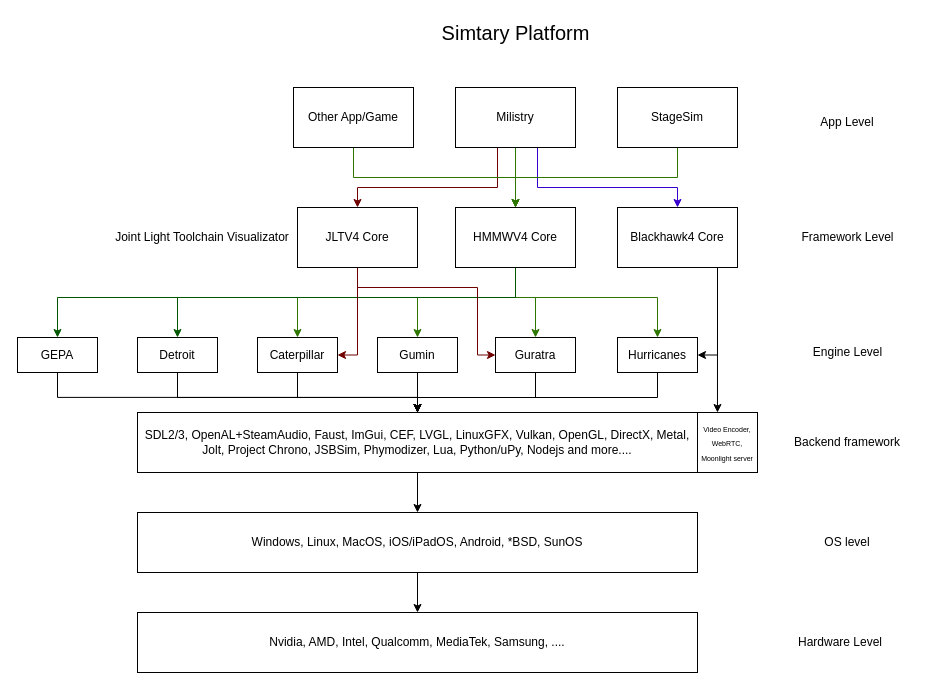
The draw.io diagram platforminfo.drawio in DPSoftware-Technologies/Simtary, before the edit. Source tidied: cells renumbered, new cells numbered last; positions are measured from the earlier drawing's top-left corner, leaving out a move shared by most shapes. Both pictures are drawn from the tidied source at 100%, with x=0, y=0 at pixel (17, 17).
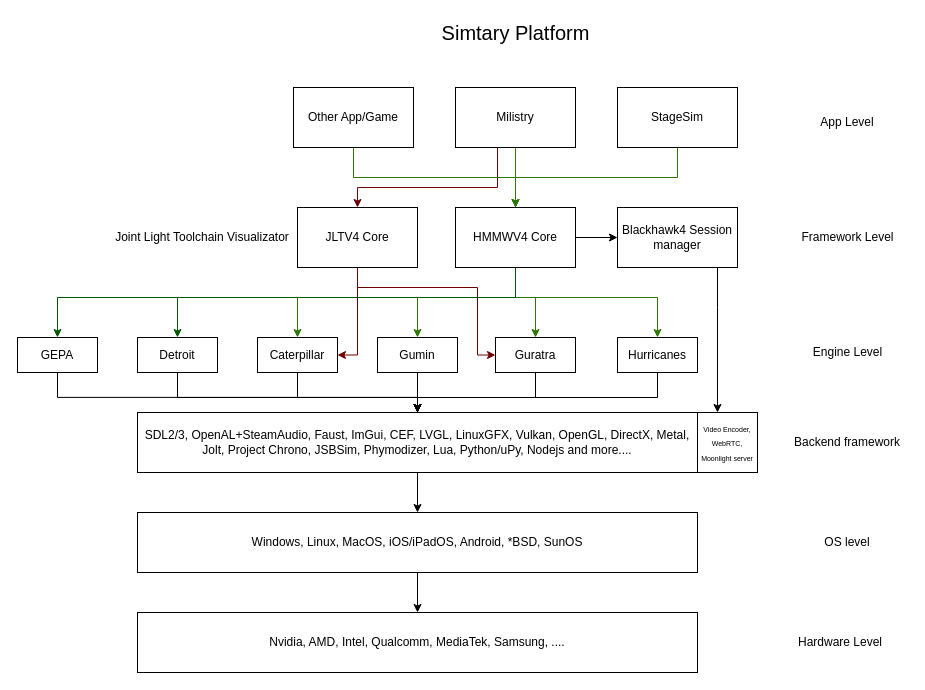
Above is the later version.

The change refers to these unchanged cells:
```xml
<mxCell id="5" value="Milistry" style="rounded=0;whiteSpace=wrap;html=1;" parent="1" vertex="1">
  <mxGeometry x="438" y="70" width="120" height="60" as="geometry" />
</mxCell>
<mxCell id="13" value="HMMWV4 Core" style="rounded=0;whiteSpace=wrap;html=1;" parent="1" vertex="1">
  <mxGeometry x="438" y="190" width="120" height="60" as="geometry" />
</mxCell>
<mxCell id="31" value="Hurricanes" style="rounded=0;whiteSpace=wrap;html=1;" parent="1" vertex="1">
  <mxGeometry x="600" y="320" width="80" height="35" as="geometry" />
</mxCell>
```

Change to the diagram source:
```diff
@@
-    <mxCell id="4" style="edgeStyle=orthogonalEdgeStyle;rounded=0;jettySize=auto;html=1;entryX=0.5;entryY=0;entryDx=0;entryDy=0;fillColor=#6a00ff;strokeColor=#3700CC;" parent="1" edge="1" source="5" target="47">
-      <mxGeometry relative="1" as="geometry">
-        <Array as="points">
-          <mxPoint x="520" y="170" />
-          <mxPoint x="660" y="170" />
-        </Array>
-      </mxGeometry>
-    </mxCell>
@@
+    <mxCell id="49" style="edgeStyle=orthogonalEdgeStyle;rounded=0;jettySize=auto;html=1;entryX=0;entryY=0.5;entryDx=0;entryDy=0;" parent="1" edge="1" source="13" target="47">
+      <mxGeometry relative="1" as="geometry" />
+    </mxCell>
@@
-    <mxCell id="45" style="edgeStyle=orthogonalEdgeStyle;rounded=0;jettySize=auto;html=1;exitX=0.75;exitY=1;exitDx=0;exitDy=0;entryX=1;entryY=0.5;entryDx=0;entryDy=0;" parent="1" edge="1" source="47" target="31">
-      <mxGeometry relative="1" as="geometry">
-        <Array as="points">
-          <mxPoint x="700" y="250" />
-          <mxPoint x="700" y="337.5" />
-        </Array>
-      </mxGeometry>
-    </mxCell>
@@
-    <mxCell id="47" value="Blackhawk4 Core" style="rounded=0;whiteSpace=wrap;html=1;" parent="1" vertex="1">
+    <mxCell id="47" value="Blackhawk4 Session manager" style="rounded=0;whiteSpace=wrap;html=1;" parent="1" vertex="1">
       <mxGeometry x="600" y="190" width="120" height="60" as="geometry" />
     </mxCell>
```
